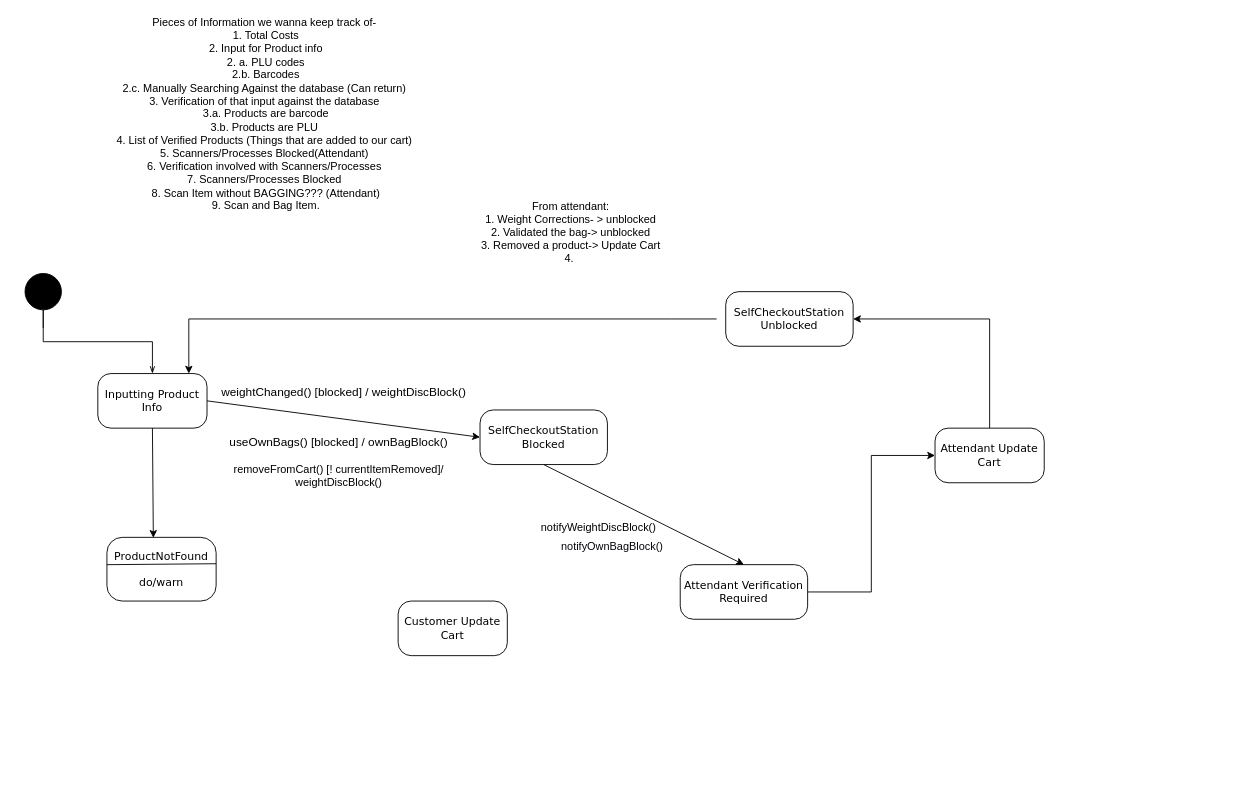
adam-25/Self-Checkout-System keeps this draw.io diagram as page "Copy of Scanning/Bagging" (3 of 3) of Diagrams/StateDiagrams/Untitled Diagram.drawio. Above is the earlier version. Source tidied: cells renumbered, new cells numbered last; positions are measured from the earlier drawing's top-left corner, leaving out a move shared by most shapes. Both pictures are drawn from the tidied source at 91%, with x=0, y=0 at pixel (15, 27).
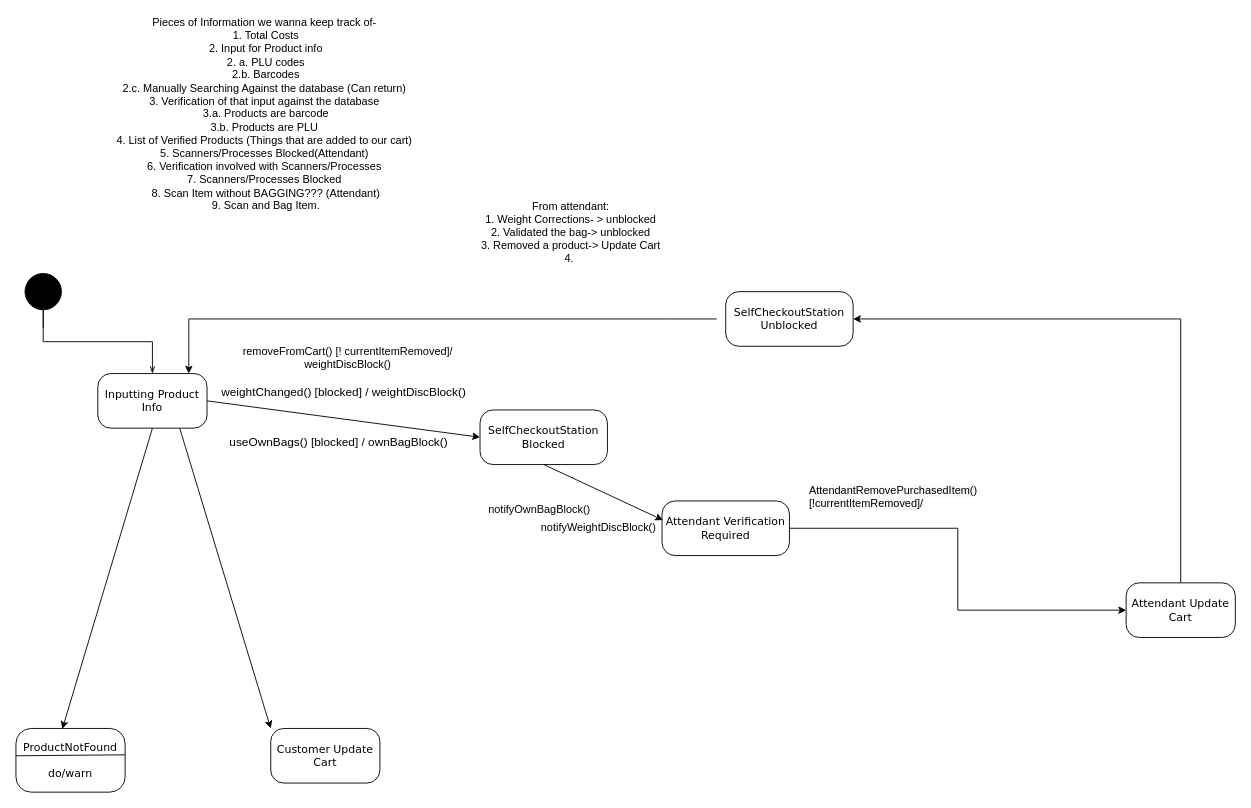
After the change.

Unchanged cells that the change refers to:
```xml
<mxCell id="5" value="SelfCheckoutStation Blocked" style="rounded=1;whiteSpace=wrap;html=1;arcSize=24;shadow=0;comic=0;labelBackgroundColor=none;fontFamily=Verdana;fontSize=12;align=center;" parent="1" vertex="1">
  <mxGeometry x="510" y="420" width="140" height="60" as="geometry" />
</mxCell>
<mxCell id="7" value="Inputting Product Info" style="rounded=1;whiteSpace=wrap;html=1;arcSize=24;shadow=0;comic=0;labelBackgroundColor=none;fontFamily=Verdana;fontSize=12;align=center;" parent="1" vertex="1">
  <mxGeometry x="90" y="380" width="120" height="60" as="geometry" />
</mxCell>
<mxCell id="23" value="&lt;span style=&quot;font-family: , , &amp;#34;sf mono&amp;#34; , &amp;#34;menlo&amp;#34; , &amp;#34;consolas&amp;#34; , &amp;#34;liberation mono&amp;#34; , monospace ; background-color: rgb(255 , 255 , 255)&quot;&gt;notifyWeightDiscBlock()&lt;/span&gt;" style="text;html=1;align=center;verticalAlign=middle;points=[];strokeColor=none;fillColor=none;" parent="1" vertex="1">
  <mxGeometry x="570" y="540" width="140" height="20" as="geometry" />
</mxCell>
```

The edit, as a diff of the source:
```diff
@@
     <mxCell id="3" value="Attendant Update Cart" style="rounded=1;whiteSpace=wrap;html=1;arcSize=24;shadow=0;comic=0;labelBackgroundColor=none;fontFamily=Verdana;fontSize=12;align=center;" parent="1" vertex="1">
-      <mxGeometry x="1010" y="440" width="120" height="60" as="geometry" />
+      <mxGeometry x="1220" y="610" width="120" height="60" as="geometry" />
     </mxCell>
     <mxCell id="4" value="&lt;div&gt;&lt;span&gt;&lt;font style=&quot;font-size: 12px&quot;&gt;ProductNotFound&lt;/font&gt;&lt;/span&gt;&lt;/div&gt;&lt;div&gt;&lt;span&gt;&lt;font style=&quot;font-size: 12px&quot;&gt;&lt;br&gt;&lt;/font&gt;&lt;/span&gt;&lt;/div&gt;&lt;div&gt;&lt;span&gt;&lt;font style=&quot;font-size: 12px&quot;&gt;do/warn&lt;/font&gt;&lt;/span&gt;&lt;/div&gt;" style="rounded=1;whiteSpace=wrap;html=1;arcSize=24;shadow=0;comic=0;labelBackgroundColor=none;fontFamily=Verdana;fontSize=12;align=center;" parent="1" vertex="1">
-      <mxGeometry x="100" y="560" width="120" height="70" as="geometry" />
+      <mxGeometry y="770" width="120" height="70" as="geometry" />
     </mxCell>
@@
+    <mxCell id="25" style="rounded=0;jettySize=auto;html=1;exitX=0.75;exitY=1;exitDx=0;exitDy=0;entryX=0;entryY=0;entryDx=0;entryDy=0;fontColor=#000000;" parent="1" edge="1" source="7" target="20">
+      <mxGeometry relative="1" as="geometry" />
+    </mxCell>
@@
-    <mxCell id="12" style="edgeStyle=orthogonalEdgeStyle;rounded=0;jettySize=auto;html=1;exitX=1;exitY=0.5;exitDx=0;exitDy=0;entryX=0;entryY=0.5;entryDx=0;entryDy=0;fontColor=#06040A;" parent="1" edge="1" source="13" target="3">
+    <mxCell id="12" style="edgeStyle=orthogonalEdgeStyle;rounded=0;jettySize=auto;html=1;entryX=0;entryY=0.5;entryDx=0;entryDy=0;fontColor=#06040A;exitX=1;exitY=0.5;exitDx=0;exitDy=0;" parent="1" edge="1" source="13" target="3">
       <mxGeometry relative="1" as="geometry" />
     </mxCell>
     <mxCell id="13" value="Attendant Verification Required" style="rounded=1;whiteSpace=wrap;html=1;arcSize=24;shadow=0;comic=0;labelBackgroundColor=none;fontFamily=Verdana;fontSize=12;align=center;" parent="1" vertex="1">
-      <mxGeometry x="730" y="590" width="140" height="60" as="geometry" />
+      <mxGeometry x="710" y="520" width="140" height="60" as="geometry" />
     </mxCell>
@@
-    <mxCell id="16" style="endArrow=classic;html=1;rounded=0;fontSize=13;exitX=0.5;exitY=1;exitDx=0;exitDy=0;entryX=0.5;entryY=0;entryDx=0;entryDy=0;" parent="1" edge="1" source="5" target="13">
+    <mxCell id="16" style="endArrow=classic;html=1;rounded=0;fontSize=13;exitX=0.5;exitY=1;exitDx=0;exitDy=0;entryX=1.007;entryY=0.05;entryDx=0;entryDy=0;entryPerimeter=0;" parent="1" edge="1" source="5" target="23">
       <mxGeometry relative="1" as="geometry" />
     </mxCell>
@@
     <mxCell id="20" value="Customer Update Cart" style="rounded=1;whiteSpace=wrap;html=1;arcSize=24;shadow=0;comic=0;labelBackgroundColor=none;fontFamily=Verdana;fontSize=12;align=center;" parent="1" vertex="1">
-      <mxGeometry x="420" y="630" width="120" height="60" as="geometry" />
+      <mxGeometry x="280" y="770" width="120" height="60" as="geometry" />
     </mxCell>
@@
     <mxCell id="22" value="removeFromCart() [! currentItemRemoved]/&lt;br&gt;weightDiscBlock()&lt;br&gt;&amp;nbsp;" style="text;html=1;strokeColor=none;fillColor=none;align=center;verticalAlign=middle;whiteSpace=wrap;rounded=0;" parent="1" vertex="1">
-      <mxGeometry x="230" y="480" width="250" height="40" as="geometry" />
+      <mxGeometry x="240" y="350" width="250" height="40" as="geometry" />
     </mxCell>
@@
     <mxCell id="24" value="&lt;span style=&quot;font-family: , , &amp;#34;sf mono&amp;#34; , &amp;#34;menlo&amp;#34; , &amp;#34;consolas&amp;#34; , &amp;#34;liberation mono&amp;#34; , monospace ; background-color: rgb(255 , 255 , 255)&quot;&gt;&lt;font color=&quot;#06040a&quot;&gt;notifyOwnBagBlock()&lt;/font&gt;&lt;/span&gt;" style="text;html=1;align=center;verticalAlign=middle;strokeColor=none;fillColor=none;" parent="1" vertex="1">
-      <mxGeometry x="590" y="560" width="130" height="20" as="geometry" />
+      <mxGeometry x="510" y="520" width="130" height="20" as="geometry" />
     </mxCell>
+    <mxCell id="26" value="&lt;span style=&quot;color: rgb(0 , 0 , 0) ; font-family: &amp;#34;helvetica&amp;#34; ; font-size: 12px ; font-style: normal ; font-weight: 400 ; letter-spacing: normal ; text-align: left ; text-indent: 0px ; text-transform: none ; word-spacing: 0px ; background-color: rgb(248 , 249 , 250) ; display: inline ; float: none&quot;&gt;AttendantRemovePurchasedItem() [!currentItemRemoved]/&amp;nbsp;&lt;br&gt;&lt;br&gt;&lt;/span&gt;" style="text;whiteSpace=wrap;html=1;fontColor=#000000;" parent="1" vertex="1">
+      <mxGeometry x="870" y="495" width="210" height="30" as="geometry" />
+    </mxCell>
```
